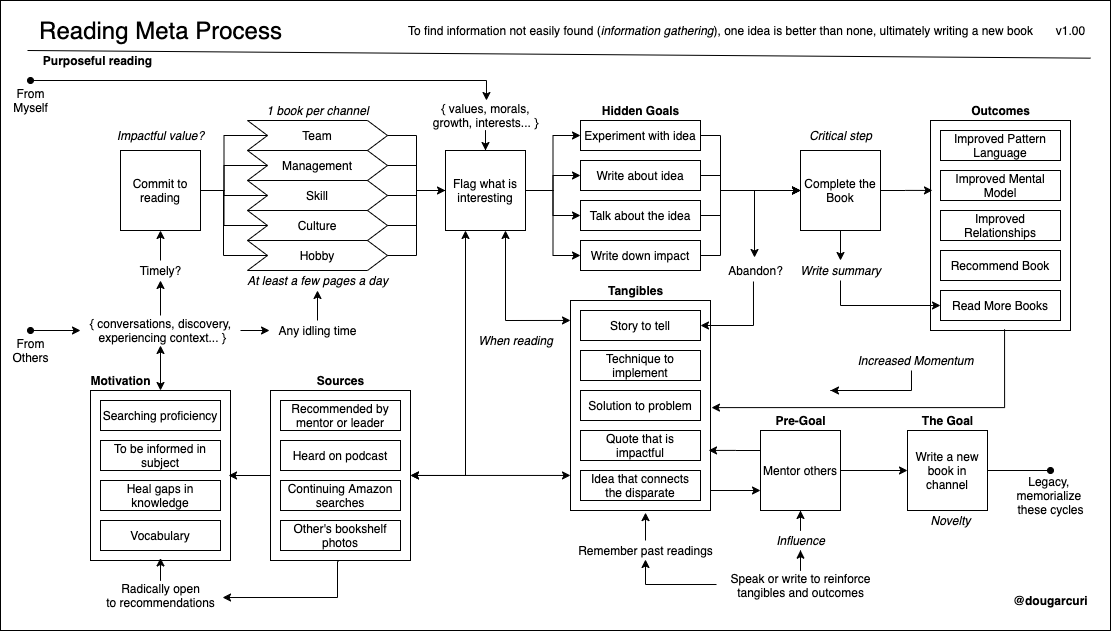
Above: books/diagrams/reading-process.png in solidi/learning-notes (draw.io), before the change. Source tidied: cells renumbered, new cells last; positions are measured from the earlier drawing's top-left corner, leaving out a move shared by most shapes.
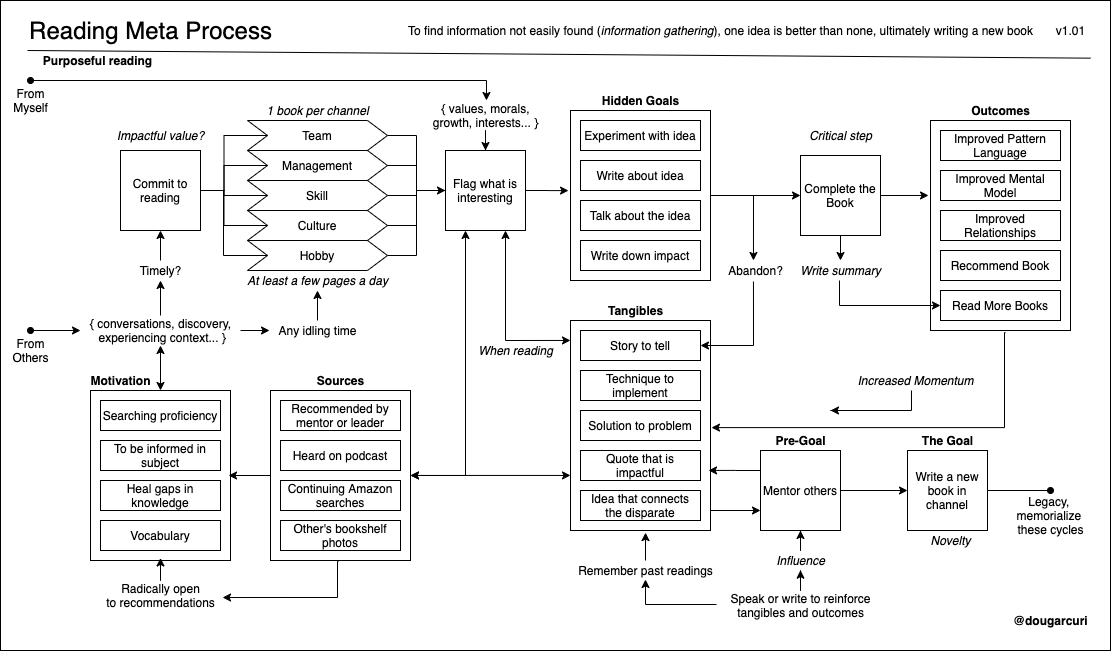
After the commit.

Commit message:
Simplify hidden goals in reading diagram

Change to the diagram source:
```diff
@@ -5,4 +5,10 @@
     <mxCell id="2" style="rounded=0;whiteSpace=wrap;html=1;fillColor=none;" parent="1" vertex="1">
-      <mxGeometry width="1110" height="630" as="geometry" />
+      <mxGeometry width="1110" height="650" as="geometry" />
     </mxCell>
+    <mxCell id="119" style="edgeStyle=orthogonalEdgeStyle;rounded=0;jettySize=auto;html=1;entryX=0.471;entryY=0;entryDx=0;entryDy=0;entryPerimeter=0;startArrow=none;startFill=0;endArrow=classic;endFill=1;" parent="1" edge="1" source="120" target="117">
+      <mxGeometry relative="1" as="geometry" />
+    </mxCell>
+    <mxCell id="120" style="verticalLabelPosition=bottom;verticalAlign=top;html=1;shape=mxgraph.basic.rect;fillColor2=none;strokeWidth=1;size=20;indent=5;fillColor=none;" parent="1" vertex="1">
+      <mxGeometry x="570" y="110" width="140" height="170" as="geometry" />
+    </mxCell>
     <mxCell id="3" style="verticalLabelPosition=bottom;verticalAlign=top;html=1;shape=mxgraph.basic.rect;fillColor2=none;strokeWidth=1;size=20;indent=5;fillColor=none;" parent="1" vertex="1">
@@ -10,6 +16,7 @@
     </mxCell>
-    <mxCell id="4" style="edgeStyle=orthogonalEdgeStyle;rounded=0;jettySize=auto;html=1;entryX=1.007;entryY=0.51;entryDx=0;entryDy=0;entryPerimeter=0;startArrow=none;startFill=0;endArrow=classic;endFill=1;exitX=0.529;exitY=0.994;exitDx=0;exitDy=0;exitPerimeter=0;" parent="1" edge="1" source="5" target="7">
+    <mxCell id="4" style="edgeStyle=orthogonalEdgeStyle;rounded=0;jettySize=auto;html=1;entryX=1.007;entryY=0.51;entryDx=0;entryDy=0;entryPerimeter=0;startArrow=none;startFill=0;endArrow=classic;endFill=1;exitX=0.536;exitY=1.01;exitDx=0;exitDy=0;exitPerimeter=0;" parent="1" edge="1" source="5" target="7">
       <mxGeometry relative="1" as="geometry">
         <Array as="points">
-          <mxPoint x="1004" y="407" />
+          <mxPoint x="1004" y="332" />
+          <mxPoint x="1004" y="427" />
         </Array>
@@ -23,4 +30,4 @@
         <Array as="points">
-          <mxPoint x="697" y="490" />
-          <mxPoint x="697" y="490" />
+          <mxPoint x="697" y="510" />
+          <mxPoint x="697" y="510" />
         </Array>
@@ -29,6 +36,6 @@
     <mxCell id="7" style="verticalLabelPosition=bottom;verticalAlign=top;html=1;shape=mxgraph.basic.rect;fillColor2=none;strokeWidth=1;size=20;indent=5;fillColor=none;" parent="1" vertex="1">
-      <mxGeometry x="570" y="300" width="140" height="210" as="geometry" />
+      <mxGeometry x="570" y="320" width="140" height="210" as="geometry" />
     </mxCell>
     <mxCell id="8" value="&lt;font style=&quot;font-size: 24px&quot;&gt;Reading Meta Process&lt;/font&gt;" style="text;html=1;align=center;verticalAlign=middle;" parent="1" vertex="1">
-      <mxGeometry x="30" y="20" width="260" height="20" as="geometry" />
+      <mxGeometry x="20" y="20" width="260" height="20" as="geometry" />
     </mxCell>
@@ -67,14 +74,2 @@
     </mxCell>
-    <mxCell id="18" style="edgeStyle=orthogonalEdgeStyle;rounded=0;jettySize=auto;html=1;exitX=1;exitY=0.5;exitDx=0;exitDy=0;entryX=0;entryY=0.5;entryDx=0;entryDy=0;endArrow=classic;endFill=1;" parent="1" edge="1" source="23" target="25">
-      <mxGeometry relative="1" as="geometry" />
-    </mxCell>
-    <mxCell id="19" style="edgeStyle=orthogonalEdgeStyle;rounded=0;jettySize=auto;html=1;exitX=1;exitY=0.5;exitDx=0;exitDy=0;entryX=0;entryY=0.5;entryDx=0;entryDy=0;endArrow=classic;endFill=1;" parent="1" edge="1" source="23" target="27">
-      <mxGeometry relative="1" as="geometry" />
-    </mxCell>
-    <mxCell id="20" style="edgeStyle=orthogonalEdgeStyle;rounded=0;jettySize=auto;html=1;exitX=1;exitY=0.5;exitDx=0;exitDy=0;entryX=0;entryY=0.5;entryDx=0;entryDy=0;endArrow=classic;endFill=1;" parent="1" edge="1" source="23" target="32">
-      <mxGeometry relative="1" as="geometry" />
-    </mxCell>
-    <mxCell id="21" style="edgeStyle=orthogonalEdgeStyle;rounded=0;jettySize=auto;html=1;exitX=1;exitY=0.5;exitDx=0;exitDy=0;entryX=0;entryY=0.5;entryDx=0;entryDy=0;endArrow=classic;endFill=1;" parent="1" edge="1" source="23" target="38">
-      <mxGeometry relative="1" as="geometry" />
-    </mxCell>
     <mxCell id="22" style="edgeStyle=orthogonalEdgeStyle;rounded=0;jettySize=auto;html=1;exitX=0.25;exitY=1;exitDx=0;exitDy=0;entryX=1;entryY=0.5;entryDx=0;entryDy=0;entryPerimeter=0;startArrow=classic;startFill=1;endArrow=classic;endFill=1;" parent="1" edge="1" source="23" target="72">
@@ -82,2 +77,5 @@
     </mxCell>
+    <mxCell id="121" style="edgeStyle=orthogonalEdgeStyle;rounded=0;jettySize=auto;html=1;exitX=1;exitY=0.5;exitDx=0;exitDy=0;entryX=-0.014;entryY=0.471;entryDx=0;entryDy=0;entryPerimeter=0;startArrow=none;startFill=0;endArrow=classic;endFill=1;" parent="1" edge="1" source="23" target="120">
+      <mxGeometry relative="1" as="geometry" />
+    </mxCell>
     <mxCell id="23" value="Flag what is interesting" style="whiteSpace=wrap;html=1;" parent="1" vertex="1">
@@ -85,10 +83,2 @@
     </mxCell>
-    <mxCell id="24" style="edgeStyle=orthogonalEdgeStyle;rounded=0;jettySize=auto;html=1;exitX=1;exitY=0.5;exitDx=0;exitDy=0;entryX=0;entryY=0.5;entryDx=0;entryDy=0;endArrow=classic;endFill=1;" parent="1" edge="1" source="25" target="47">
-      <mxGeometry relative="1" as="geometry">
-        <Array as="points">
-          <mxPoint x="720" y="135" />
-          <mxPoint x="720" y="190" />
-        </Array>
-      </mxGeometry>
-    </mxCell>
     <mxCell id="25" value="Experiment with idea" style="rounded=0;whiteSpace=wrap;html=1;" parent="1" vertex="1">
@@ -96,10 +86,2 @@
     </mxCell>
-    <mxCell id="26" style="edgeStyle=orthogonalEdgeStyle;rounded=0;jettySize=auto;html=1;exitX=1;exitY=0.5;exitDx=0;exitDy=0;entryX=0;entryY=0.5;entryDx=0;entryDy=0;endArrow=classic;endFill=1;" parent="1" edge="1" source="27" target="47">
-      <mxGeometry relative="1" as="geometry">
-        <Array as="points">
-          <mxPoint x="720" y="175" />
-          <mxPoint x="720" y="190" />
-        </Array>
-      </mxGeometry>
-    </mxCell>
     <mxCell id="27" value="Write about idea" style="rounded=0;whiteSpace=wrap;html=1;" parent="1" vertex="1">
@@ -107,3 +89,3 @@
     </mxCell>
-    <mxCell id="28" value="v1.00" style="text;html=1;align=center;verticalAlign=middle;" parent="1" vertex="1">
+    <mxCell id="28" value="v1.01" style="text;html=1;align=center;verticalAlign=middle;" parent="1" vertex="1">
       <mxGeometry x="1050" y="20" width="40" height="20" as="geometry" />
@@ -111,3 +93,3 @@
     <mxCell id="29" value="&lt;b&gt;@dougarcuri&lt;/b&gt;" style="text;html=1;align=center;verticalAlign=middle;" parent="1" vertex="1">
-      <mxGeometry x="1005" y="590" width="90" height="20" as="geometry" />
+      <mxGeometry x="1005" y="610" width="90" height="20" as="geometry" />
     </mxCell>
@@ -119,10 +101,2 @@
     </mxCell>
-    <mxCell id="31" style="edgeStyle=orthogonalEdgeStyle;rounded=0;jettySize=auto;html=1;exitX=1;exitY=0.5;exitDx=0;exitDy=0;entryX=0;entryY=0.5;entryDx=0;entryDy=0;endArrow=classic;endFill=1;" parent="1" edge="1" source="32" target="47">
-      <mxGeometry relative="1" as="geometry">
-        <Array as="points">
-          <mxPoint x="720" y="215" />
-          <mxPoint x="720" y="190" />
-        </Array>
-      </mxGeometry>
-    </mxCell>
     <mxCell id="32" value="Talk about the idea" style="rounded=0;whiteSpace=wrap;html=1;" parent="1" vertex="1">
@@ -142,10 +116,2 @@
     </mxCell>
-    <mxCell id="37" style="edgeStyle=orthogonalEdgeStyle;rounded=0;jettySize=auto;html=1;exitX=1;exitY=0.5;exitDx=0;exitDy=0;entryX=0;entryY=0.5;entryDx=0;entryDy=0;endArrow=classic;endFill=1;" parent="1" edge="1" source="38" target="47">
-      <mxGeometry relative="1" as="geometry">
-        <Array as="points">
-          <mxPoint x="720" y="255" />
-          <mxPoint x="720" y="190" />
-        </Array>
-      </mxGeometry>
-    </mxCell>
     <mxCell id="38" value="Write down impact" style="rounded=0;whiteSpace=wrap;html=1;" parent="1" vertex="1">
@@ -168,17 +134,10 @@
     </mxCell>
+    <mxCell id="46" style="edgeStyle=orthogonalEdgeStyle;rounded=0;jettySize=auto;html=1;entryX=0.5;entryY=0;entryDx=0;entryDy=0;entryPerimeter=0;startArrow=none;startFill=0;endArrow=classic;endFill=1;" parent="1" edge="1" source="47" target="104">
+      <mxGeometry relative="1" as="geometry" />
+    </mxCell>
-    <mxCell id="44" style="edgeStyle=orthogonalEdgeStyle;rounded=0;jettySize=auto;html=1;exitX=1;exitY=0.5;exitDx=0;exitDy=0;entryX=0.014;entryY=0.333;entryDx=0;entryDy=0;entryPerimeter=0;startArrow=none;startFill=0;endArrow=classic;endFill=1;" parent="1" edge="1" source="47" target="5">
+    <mxCell id="44" style="edgeStyle=orthogonalEdgeStyle;rounded=0;jettySize=auto;html=1;exitX=1;exitY=0.5;exitDx=0;exitDy=0;entryX=-0.014;entryY=0.357;entryDx=0;entryDy=0;entryPerimeter=0;startArrow=none;startFill=0;endArrow=classic;endFill=1;" parent="1" edge="1" source="47" target="5">
       <mxGeometry relative="1" as="geometry" />
     </mxCell>
-    <mxCell id="45" style="edgeStyle=orthogonalEdgeStyle;rounded=0;jettySize=auto;html=1;exitX=0.5;exitY=1;exitDx=0;exitDy=0;entryX=0;entryY=0.5;entryDx=0;entryDy=0;startArrow=none;startFill=0;endArrow=classic;endFill=1;" parent="1" edge="1" source="104" target="43">
-      <mxGeometry relative="1" as="geometry">
-        <Array as="points">
-          <mxPoint x="840" y="305" />
-        </Array>
-      </mxGeometry>
-    </mxCell>
-    <mxCell id="46" style="edgeStyle=orthogonalEdgeStyle;rounded=0;jettySize=auto;html=1;entryX=0.5;entryY=0;entryDx=0;entryDy=0;entryPerimeter=0;startArrow=none;startFill=0;endArrow=classic;endFill=1;" parent="1" edge="1" source="47" target="104">
-      <mxGeometry relative="1" as="geometry" />
-    </mxCell>
     <mxCell id="47" value="Complete the Book" style="whiteSpace=wrap;html=1;" parent="1" vertex="1">
-      <mxGeometry x="800" y="150" width="80" height="80" as="geometry" />
+      <mxGeometry x="800" y="155" width="80" height="80" as="geometry" />
     </mxCell>
@@ -209,18 +168,18 @@
     <mxCell id="56" value="Story to tell" style="rounded=0;whiteSpace=wrap;html=1;" parent="1" vertex="1">
-      <mxGeometry x="580" y="310" width="120" height="30" as="geometry" />
+      <mxGeometry x="580" y="330" width="120" height="30" as="geometry" />
     </mxCell>
     <mxCell id="57" value="Technique to implement" style="rounded=0;whiteSpace=wrap;html=1;" parent="1" vertex="1">
-      <mxGeometry x="580" y="350" width="120" height="30" as="geometry" />
+      <mxGeometry x="580" y="370" width="120" height="30" as="geometry" />
     </mxCell>
     <mxCell id="58" value="Solution to problem" style="rounded=0;whiteSpace=wrap;html=1;" parent="1" vertex="1">
-      <mxGeometry x="580" y="390" width="120" height="30" as="geometry" />
+      <mxGeometry x="580" y="410" width="120" height="30" as="geometry" />
     </mxCell>
     <mxCell id="59" value="Quote that is impactful" style="rounded=0;whiteSpace=wrap;html=1;" parent="1" vertex="1">
-      <mxGeometry x="580" y="430" width="120" height="30" as="geometry" />
+      <mxGeometry x="580" y="450" width="120" height="30" as="geometry" />
     </mxCell>
     <mxCell id="60" value="Idea that connects the disparate" style="rounded=0;whiteSpace=wrap;html=1;" parent="1" vertex="1">
-      <mxGeometry x="580" y="470" width="120" height="30" as="geometry" />
+      <mxGeometry x="580" y="490" width="120" height="30" as="geometry" />
     </mxCell>
     <mxCell id="61" value="&lt;b&gt;Tangibles&lt;/b&gt;" style="text;html=1;align=center;verticalAlign=middle;" parent="1" vertex="1">
-      <mxGeometry x="600" y="280" width="70" height="20" as="geometry" />
+      <mxGeometry x="600" y="300" width="70" height="20" as="geometry" />
     </mxCell>
@@ -236,3 +195,3 @@
       <mxGeometry relative="1" as="geometry">
-        <mxPoint x="1050" y="470" as="targetPoint" />
+        <mxPoint x="1050" y="490" as="targetPoint" />
       </mxGeometry>
@@ -240,3 +199,3 @@
     <mxCell id="65" value="Write a new book in channel" style="whiteSpace=wrap;html=1;" parent="1" vertex="1">
-      <mxGeometry x="907" y="430" width="80" height="80" as="geometry" />
+      <mxGeometry x="907" y="450" width="80" height="80" as="geometry" />
     </mxCell>
@@ -249,6 +208,6 @@
     <mxCell id="68" value="Mentor others" style="whiteSpace=wrap;html=1;" parent="1" vertex="1">
-      <mxGeometry x="760" y="430" width="80" height="80" as="geometry" />
+      <mxGeometry x="760" y="450" width="80" height="80" as="geometry" />
     </mxCell>
     <mxCell id="69" value="&lt;b&gt;The Goal&lt;/b&gt;" style="text;html=1;align=center;verticalAlign=middle;" parent="1" vertex="1">
-      <mxGeometry x="912" y="410" width="70" height="20" as="geometry" />
+      <mxGeometry x="912" y="430" width="70" height="20" as="geometry" />
     </mxCell>
@@ -281,6 +240,6 @@
     <mxCell id="77" value="&lt;b&gt;Hidden Goals&lt;/b&gt;" style="text;html=1;align=center;verticalAlign=middle;" parent="1" vertex="1">
-      <mxGeometry x="595" y="100" width="90" height="20" as="geometry" />
+      <mxGeometry x="595" y="90" width="90" height="20" as="geometry" />
     </mxCell>
     <mxCell id="78" value="&lt;i&gt;When reading&lt;/i&gt;" style="text;html=1;align=center;verticalAlign=middle;" parent="1" vertex="1">
-      <mxGeometry x="470" y="330" width="90" height="20" as="geometry" />
+      <mxGeometry x="470" y="340" width="90" height="20" as="geometry" />
     </mxCell>
@@ -324,3 +283,3 @@
       <mxGeometry relative="1" as="geometry">
-        <mxPoint x="800" y="510" as="targetPoint" />
+        <mxPoint x="800" y="530" as="targetPoint" />
       </mxGeometry>
@@ -330,3 +289,3 @@
         <Array as="points">
-          <mxPoint x="645" y="584" />
+          <mxPoint x="645" y="604" />
         </Array>
@@ -335,3 +294,3 @@
     <mxCell id="93" value="Speak or write to reinforce&lt;br&gt;tangibles and outcomes" style="text;html=1;align=center;verticalAlign=middle;points=[];" parent="1" vertex="1">
-      <mxGeometry x="720" y="570" width="160" height="30" as="geometry" />
+      <mxGeometry x="720" y="590" width="160" height="30" as="geometry" />
     </mxCell>
@@ -339,3 +298,3 @@
       <mxGeometry relative="1" as="geometry">
-        <mxPoint x="830" y="390" as="targetPoint" />
+        <mxPoint x="830" y="410" as="targetPoint" />
       </mxGeometry>
@@ -343,9 +302,9 @@
     <mxCell id="95" value="&lt;i&gt;Increased Momentum&lt;/i&gt;" style="text;html=1;align=center;verticalAlign=middle;points=[];" parent="1" vertex="1">
-      <mxGeometry x="850" y="350" width="130" height="20" as="geometry" />
+      <mxGeometry x="850" y="370" width="130" height="20" as="geometry" />
     </mxCell>
     <mxCell id="96" value="&lt;b&gt;Pre-Goal&lt;/b&gt;" style="text;html=1;align=center;verticalAlign=middle;" parent="1" vertex="1">
-      <mxGeometry x="765" y="410" width="70" height="20" as="geometry" />
+      <mxGeometry x="765" y="430" width="70" height="20" as="geometry" />
     </mxCell>
     <mxCell id="97" value="Legacy, &lt;br&gt;memorialize&amp;nbsp;&lt;br&gt;these cycles" style="text;html=1;align=center;verticalAlign=middle;" parent="1" vertex="1">
-      <mxGeometry x="1010" y="470" width="80" height="50" as="geometry" />
+      <mxGeometry x="1010" y="490" width="80" height="50" as="geometry" />
     </mxCell>
@@ -369,2 +328,5 @@
     </mxCell>
+    <mxCell id="45" style="edgeStyle=orthogonalEdgeStyle;rounded=0;jettySize=auto;html=1;entryX=0;entryY=0.5;entryDx=0;entryDy=0;startArrow=none;startFill=0;endArrow=classic;endFill=1;exitX=0.49;exitY=1;exitDx=0;exitDy=0;exitPerimeter=0;" parent="1" edge="1" source="104" target="43">
+      <mxGeometry relative="1" as="geometry" />
+    </mxCell>
     <mxCell id="104" value="&lt;i&gt;Write summary&lt;/i&gt;" style="text;html=1;align=center;verticalAlign=middle;points=[];" parent="1" vertex="1">
@@ -390,9 +352,9 @@
     <mxCell id="109" value="Remember past readings" style="text;html=1;align=center;verticalAlign=middle;points=[];" parent="1" vertex="1">
-      <mxGeometry x="570" y="540" width="150" height="20" as="geometry" />
+      <mxGeometry x="570" y="560" width="150" height="20" as="geometry" />
     </mxCell>
     <mxCell id="110" value="&lt;i&gt;Novelty&lt;/i&gt;" style="text;html=1;align=center;verticalAlign=middle;" parent="1" vertex="1">
-      <mxGeometry x="920" y="510" width="60" height="20" as="geometry" />
+      <mxGeometry x="920" y="530" width="60" height="20" as="geometry" />
     </mxCell>
     <mxCell id="111" value="&lt;i&gt;Influence&lt;/i&gt;" style="text;html=1;align=center;verticalAlign=middle;points=[];" parent="1" vertex="1">
-      <mxGeometry x="770" y="530" width="60" height="20" as="geometry" />
+      <mxGeometry x="770" y="550" width="60" height="20" as="geometry" />
     </mxCell>
@@ -418,7 +380,5 @@
     </mxCell>
-    <mxCell id="118" style="endArrow=classic;html=1;entryX=0.486;entryY=-0.15;entryDx=0;entryDy=0;entryPerimeter=0;" parent="1" edge="1" target="117">
-      <mxGeometry relative="1" as="geometry">
-        <mxPoint x="754" y="190" as="sourcePoint" />
-      </mxGeometry>
-    </mxCell>
+    <mxCell id="122" style="edgeStyle=orthogonalEdgeStyle;rounded=0;jettySize=auto;html=1;entryX=0;entryY=0.5;entryDx=0;entryDy=0;startArrow=none;startFill=0;endArrow=classic;endFill=1;" parent="1" edge="1" source="120" target="47">
+      <mxGeometry relative="1" as="geometry" />
+    </mxCell>
   </root>
```
